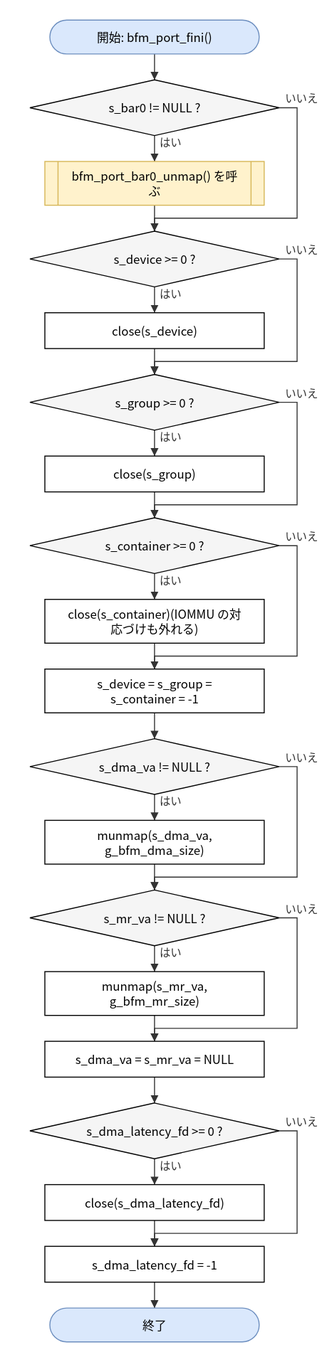
Earlier version of the draw.io export doc/spec/images/flow_port_linux_vfio_port_linux-bfm_port_fini.drawio.svg (hf355051012-ai/bfmem). Source tidied: cells renumbered, new cells last; positions are measured from the earlier drawing's top-left corner, leaving out a move shared by most shapes. Its diagram source:
```xml
<mxGraphModel>
  <root>
    <mxCell id="0" />
    <mxCell id="1" parent="0" />
    <mxCell id="2" value="開始: bfm_port_fini()" style="rounded=1;arcSize=50;whiteSpace=wrap;html=1;fillColor=#dae8fc;strokeColor=#6c8ebf;" parent="1" vertex="1">
      <mxGeometry x="20" width="210" height="34" as="geometry" />
    </mxCell>
    <mxCell id="3" value="s_bar0 != NULL ?" style="rhombus;whiteSpace=wrap;html=1;fillColor=#f5f5f5;" parent="1" vertex="1">
      <mxGeometry y="60" width="250" height="56" as="geometry" />
    </mxCell>
    <mxCell id="4" value="bfm_port_bar0_unmap() を呼&lt;br&gt;ぶ" style="shape=process;whiteSpace=wrap;html=1;backgroundOutline=1;size=0.06;fillColor=#fff2cc;strokeColor=#d6b656;" parent="1" vertex="1">
      <mxGeometry x="15" y="142" width="220" height="44" as="geometry" />
    </mxCell>
    <mxCell id="5" value="s_device &amp;gt;= 0 ?" style="rhombus;whiteSpace=wrap;html=1;fillColor=#f5f5f5;" parent="1" vertex="1">
      <mxGeometry y="212" width="250" height="56" as="geometry" />
    </mxCell>
    <mxCell id="6" value="close(s_device)" style="rounded=0;whiteSpace=wrap;html=1;" parent="1" vertex="1">
      <mxGeometry x="15" y="294" width="220" height="36" as="geometry" />
    </mxCell>
    <mxCell id="7" value="s_group &amp;gt;= 0 ?" style="rhombus;whiteSpace=wrap;html=1;fillColor=#f5f5f5;" parent="1" vertex="1">
      <mxGeometry y="356" width="250" height="56" as="geometry" />
    </mxCell>
    <mxCell id="8" value="close(s_group)" style="rounded=0;whiteSpace=wrap;html=1;" parent="1" vertex="1">
      <mxGeometry x="15" y="438" width="220" height="36" as="geometry" />
    </mxCell>
    <mxCell id="9" value="s_container &amp;gt;= 0 ?" style="rhombus;whiteSpace=wrap;html=1;fillColor=#f5f5f5;" parent="1" vertex="1">
      <mxGeometry y="500" width="250" height="56" as="geometry" />
    </mxCell>
    <mxCell id="10" value="close(s_container)(IOMMU の対&lt;br&gt;応づけも外れる)" style="rounded=0;whiteSpace=wrap;html=1;" parent="1" vertex="1">
      <mxGeometry x="15" y="582" width="220" height="44" as="geometry" />
    </mxCell>
    <mxCell id="11" value="s_device = s_group =&lt;br&gt;s_container = -1" style="rounded=0;whiteSpace=wrap;html=1;" parent="1" vertex="1">
      <mxGeometry x="15" y="652" width="220" height="44" as="geometry" />
    </mxCell>
    <mxCell id="12" value="s_dma_va != NULL ?" style="rhombus;whiteSpace=wrap;html=1;fillColor=#f5f5f5;" parent="1" vertex="1">
      <mxGeometry y="722" width="250" height="56" as="geometry" />
    </mxCell>
    <mxCell id="13" value="munmap(s_dma_va,&lt;br&gt;g_bfm_dma_size)" style="rounded=0;whiteSpace=wrap;html=1;" parent="1" vertex="1">
      <mxGeometry x="15" y="804" width="220" height="44" as="geometry" />
    </mxCell>
    <mxCell id="14" value="s_mr_va != NULL ?" style="rhombus;whiteSpace=wrap;html=1;fillColor=#f5f5f5;" parent="1" vertex="1">
      <mxGeometry y="874" width="250" height="56" as="geometry" />
    </mxCell>
    <mxCell id="15" value="munmap(s_mr_va,&lt;br&gt;g_bfm_mr_size)" style="rounded=0;whiteSpace=wrap;html=1;" parent="1" vertex="1">
      <mxGeometry x="15" y="956" width="220" height="44" as="geometry" />
    </mxCell>
    <mxCell id="16" value="s_dma_va = s_mr_va = NULL" style="rounded=0;whiteSpace=wrap;html=1;" parent="1" vertex="1">
      <mxGeometry x="15" y="1026" width="220" height="36" as="geometry" />
    </mxCell>
    <mxCell id="17" value="s_dma_latency_fd &amp;gt;= 0 ?" style="rhombus;whiteSpace=wrap;html=1;fillColor=#f5f5f5;" parent="1" vertex="1">
      <mxGeometry y="1088" width="250" height="56" as="geometry" />
    </mxCell>
    <mxCell id="18" value="close(s_dma_latency_fd)" style="rounded=0;whiteSpace=wrap;html=1;" parent="1" vertex="1">
      <mxGeometry x="15" y="1170" width="220" height="36" as="geometry" />
    </mxCell>
    <mxCell id="19" value="s_dma_latency_fd = -1" style="rounded=0;whiteSpace=wrap;html=1;" parent="1" vertex="1">
      <mxGeometry x="15" y="1232" width="220" height="36" as="geometry" />
    </mxCell>
    <mxCell id="20" value="終了" style="rounded=1;arcSize=50;whiteSpace=wrap;html=1;fillColor=#dae8fc;strokeColor=#6c8ebf;" parent="1" vertex="1">
      <mxGeometry x="20" y="1294" width="210" height="34" as="geometry" />
    </mxCell>
    <mxCell id="21" style="edgeStyle=none;html=1;rounded=0;endArrow=block;endFill=1;exitX=0.5000;exitY=1.0000;exitDx=0;exitDy=0;exitPerimeter=0;entryX=0.5000;entryY=0.0000;entryDx=0;entryDy=0;entryPerimeter=0;" parent="1" edge="1" source="2" target="3">
      <mxGeometry relative="1" as="geometry" />
    </mxCell>
    <mxCell id="22" value="はい" style="edgeStyle=none;html=1;rounded=0;endArrow=block;endFill=1;exitX=0.5000;exitY=1.0000;exitDx=0;exitDy=0;exitPerimeter=0;entryX=0.5000;entryY=0.0000;entryDx=0;entryDy=0;entryPerimeter=0;" parent="1" edge="1" source="3" target="4">
      <mxGeometry relative="1" as="geometry" />
    </mxCell>
    <mxCell id="23" style="edgeStyle=none;html=1;rounded=0;endArrow=block;endFill=1;exitX=0.5000;exitY=1.0000;exitDx=0;exitDy=0;exitPerimeter=0;entryX=0.5000;entryY=0.0000;entryDx=0;entryDy=0;entryPerimeter=0;" parent="1" edge="1" source="4" target="5">
      <mxGeometry relative="1" as="geometry" />
    </mxCell>
    <mxCell id="24" value="いいえ" style="edgeStyle=none;html=1;rounded=0;endArrow=block;endFill=1;exitX=1.0000;exitY=0.5000;exitDx=0;exitDy=0;exitPerimeter=0;entryX=0.5000;entryY=0.0000;entryDx=0;entryDy=0;entryPerimeter=0;" parent="1" edge="1" source="3" target="5">
      <mxGeometry relative="1" as="geometry">
        <Array as="points">
          <mxPoint x="268" y="88" />
          <mxPoint x="268" y="199" />
          <mxPoint x="125" y="199" />
        </Array>
      </mxGeometry>
    </mxCell>
    <mxCell id="25" value="はい" style="edgeStyle=none;html=1;rounded=0;endArrow=block;endFill=1;exitX=0.5000;exitY=1.0000;exitDx=0;exitDy=0;exitPerimeter=0;entryX=0.5000;entryY=0.0000;entryDx=0;entryDy=0;entryPerimeter=0;" parent="1" edge="1" source="5" target="6">
      <mxGeometry relative="1" as="geometry" />
    </mxCell>
    <mxCell id="26" style="edgeStyle=none;html=1;rounded=0;endArrow=block;endFill=1;exitX=0.5000;exitY=1.0000;exitDx=0;exitDy=0;exitPerimeter=0;entryX=0.5000;entryY=0.0000;entryDx=0;entryDy=0;entryPerimeter=0;" parent="1" edge="1" source="6" target="7">
      <mxGeometry relative="1" as="geometry" />
    </mxCell>
    <mxCell id="27" value="いいえ" style="edgeStyle=none;html=1;rounded=0;endArrow=block;endFill=1;exitX=1.0000;exitY=0.5000;exitDx=0;exitDy=0;exitPerimeter=0;entryX=0.5000;entryY=0.0000;entryDx=0;entryDy=0;entryPerimeter=0;" parent="1" edge="1" source="5" target="7">
      <mxGeometry relative="1" as="geometry">
        <Array as="points">
          <mxPoint x="268" y="240" />
          <mxPoint x="268" y="343" />
          <mxPoint x="125" y="343" />
        </Array>
      </mxGeometry>
    </mxCell>
    <mxCell id="28" value="はい" style="edgeStyle=none;html=1;rounded=0;endArrow=block;endFill=1;exitX=0.5000;exitY=1.0000;exitDx=0;exitDy=0;exitPerimeter=0;entryX=0.5000;entryY=0.0000;entryDx=0;entryDy=0;entryPerimeter=0;" parent="1" edge="1" source="7" target="8">
      <mxGeometry relative="1" as="geometry" />
    </mxCell>
    <mxCell id="29" style="edgeStyle=none;html=1;rounded=0;endArrow=block;endFill=1;exitX=0.5000;exitY=1.0000;exitDx=0;exitDy=0;exitPerimeter=0;entryX=0.5000;entryY=0.0000;entryDx=0;entryDy=0;entryPerimeter=0;" parent="1" edge="1" source="8" target="9">
      <mxGeometry relative="1" as="geometry" />
    </mxCell>
    <mxCell id="30" value="いいえ" style="edgeStyle=none;html=1;rounded=0;endArrow=block;endFill=1;exitX=1.0000;exitY=0.5000;exitDx=0;exitDy=0;exitPerimeter=0;entryX=0.5000;entryY=0.0000;entryDx=0;entryDy=0;entryPerimeter=0;" parent="1" edge="1" source="7" target="9">
      <mxGeometry relative="1" as="geometry">
        <Array as="points">
          <mxPoint x="268" y="384" />
          <mxPoint x="268" y="487" />
          <mxPoint x="125" y="487" />
        </Array>
      </mxGeometry>
    </mxCell>
    <mxCell id="31" value="はい" style="edgeStyle=none;html=1;rounded=0;endArrow=block;endFill=1;exitX=0.5000;exitY=1.0000;exitDx=0;exitDy=0;exitPerimeter=0;entryX=0.5000;entryY=0.0000;entryDx=0;entryDy=0;entryPerimeter=0;" parent="1" edge="1" source="9" target="10">
      <mxGeometry relative="1" as="geometry" />
    </mxCell>
    <mxCell id="32" style="edgeStyle=none;html=1;rounded=0;endArrow=block;endFill=1;exitX=0.5000;exitY=1.0000;exitDx=0;exitDy=0;exitPerimeter=0;entryX=0.5000;entryY=0.0000;entryDx=0;entryDy=0;entryPerimeter=0;" parent="1" edge="1" source="10" target="11">
      <mxGeometry relative="1" as="geometry" />
    </mxCell>
    <mxCell id="33" value="いいえ" style="edgeStyle=none;html=1;rounded=0;endArrow=block;endFill=1;exitX=1.0000;exitY=0.5000;exitDx=0;exitDy=0;exitPerimeter=0;entryX=0.5000;entryY=0.0000;entryDx=0;entryDy=0;entryPerimeter=0;" parent="1" edge="1" source="9" target="11">
      <mxGeometry relative="1" as="geometry">
        <Array as="points">
          <mxPoint x="268" y="528" />
          <mxPoint x="268" y="639" />
          <mxPoint x="125" y="639" />
        </Array>
      </mxGeometry>
    </mxCell>
    <mxCell id="34" style="edgeStyle=none;html=1;rounded=0;endArrow=block;endFill=1;exitX=0.5000;exitY=1.0000;exitDx=0;exitDy=0;exitPerimeter=0;entryX=0.5000;entryY=0.0000;entryDx=0;entryDy=0;entryPerimeter=0;" parent="1" edge="1" source="11" target="12">
      <mxGeometry relative="1" as="geometry" />
    </mxCell>
    <mxCell id="35" value="はい" style="edgeStyle=none;html=1;rounded=0;endArrow=block;endFill=1;exitX=0.5000;exitY=1.0000;exitDx=0;exitDy=0;exitPerimeter=0;entryX=0.5000;entryY=0.0000;entryDx=0;entryDy=0;entryPerimeter=0;" parent="1" edge="1" source="12" target="13">
      <mxGeometry relative="1" as="geometry" />
    </mxCell>
    <mxCell id="36" style="edgeStyle=none;html=1;rounded=0;endArrow=block;endFill=1;exitX=0.5000;exitY=1.0000;exitDx=0;exitDy=0;exitPerimeter=0;entryX=0.5000;entryY=0.0000;entryDx=0;entryDy=0;entryPerimeter=0;" parent="1" edge="1" source="13" target="14">
      <mxGeometry relative="1" as="geometry" />
    </mxCell>
    <mxCell id="37" value="いいえ" style="edgeStyle=none;html=1;rounded=0;endArrow=block;endFill=1;exitX=1.0000;exitY=0.5000;exitDx=0;exitDy=0;exitPerimeter=0;entryX=0.5000;entryY=0.0000;entryDx=0;entryDy=0;entryPerimeter=0;" parent="1" edge="1" source="12" target="14">
      <mxGeometry relative="1" as="geometry">
        <Array as="points">
          <mxPoint x="268" y="750" />
          <mxPoint x="268" y="861" />
          <mxPoint x="125" y="861" />
        </Array>
      </mxGeometry>
    </mxCell>
    <mxCell id="38" value="はい" style="edgeStyle=none;html=1;rounded=0;endArrow=block;endFill=1;exitX=0.5000;exitY=1.0000;exitDx=0;exitDy=0;exitPerimeter=0;entryX=0.5000;entryY=0.0000;entryDx=0;entryDy=0;entryPerimeter=0;" parent="1" edge="1" source="14" target="15">
      <mxGeometry relative="1" as="geometry" />
    </mxCell>
    <mxCell id="39" style="edgeStyle=none;html=1;rounded=0;endArrow=block;endFill=1;exitX=0.5000;exitY=1.0000;exitDx=0;exitDy=0;exitPerimeter=0;entryX=0.5000;entryY=0.0000;entryDx=0;entryDy=0;entryPerimeter=0;" parent="1" edge="1" source="15" target="16">
      <mxGeometry relative="1" as="geometry" />
    </mxCell>
    <mxCell id="40" value="いいえ" style="edgeStyle=none;html=1;rounded=0;endArrow=block;endFill=1;exitX=1.0000;exitY=0.5000;exitDx=0;exitDy=0;exitPerimeter=0;entryX=0.5000;entryY=0.0000;entryDx=0;entryDy=0;entryPerimeter=0;" parent="1" edge="1" source="14" target="16">
      <mxGeometry relative="1" as="geometry">
        <Array as="points">
          <mxPoint x="268" y="902" />
          <mxPoint x="268" y="1013" />
          <mxPoint x="125" y="1013" />
        </Array>
      </mxGeometry>
    </mxCell>
    <mxCell id="41" style="edgeStyle=none;html=1;rounded=0;endArrow=block;endFill=1;exitX=0.5000;exitY=1.0000;exitDx=0;exitDy=0;exitPerimeter=0;entryX=0.5000;entryY=0.0000;entryDx=0;entryDy=0;entryPerimeter=0;" parent="1" edge="1" source="16" target="17">
      <mxGeometry relative="1" as="geometry" />
    </mxCell>
    <mxCell id="42" value="はい" style="edgeStyle=none;html=1;rounded=0;endArrow=block;endFill=1;exitX=0.5000;exitY=1.0000;exitDx=0;exitDy=0;exitPerimeter=0;entryX=0.5000;entryY=0.0000;entryDx=0;entryDy=0;entryPerimeter=0;" parent="1" edge="1" source="17" target="18">
      <mxGeometry relative="1" as="geometry" />
    </mxCell>
    <mxCell id="43" style="edgeStyle=none;html=1;rounded=0;endArrow=block;endFill=1;exitX=0.5000;exitY=1.0000;exitDx=0;exitDy=0;exitPerimeter=0;entryX=0.5000;entryY=0.0000;entryDx=0;entryDy=0;entryPerimeter=0;" parent="1" edge="1" source="18" target="19">
      <mxGeometry relative="1" as="geometry" />
    </mxCell>
    <mxCell id="44" value="いいえ" style="edgeStyle=none;html=1;rounded=0;endArrow=block;endFill=1;exitX=1.0000;exitY=0.5000;exitDx=0;exitDy=0;exitPerimeter=0;entryX=0.5000;entryY=0.0000;entryDx=0;entryDy=0;entryPerimeter=0;" parent="1" edge="1" source="17" target="19">
      <mxGeometry relative="1" as="geometry">
        <Array as="points">
          <mxPoint x="268" y="1116" />
          <mxPoint x="268" y="1219" />
          <mxPoint x="125" y="1219" />
        </Array>
      </mxGeometry>
    </mxCell>
    <mxCell id="45" style="edgeStyle=none;html=1;rounded=0;endArrow=block;endFill=1;exitX=0.5000;exitY=1.0000;exitDx=0;exitDy=0;exitPerimeter=0;entryX=0.5000;entryY=0.0000;entryDx=0;entryDy=0;entryPerimeter=0;" parent="1" edge="1" source="19" target="20">
      <mxGeometry relative="1" as="geometry" />
    </mxCell>
  </root>
</mxGraphModel>
```
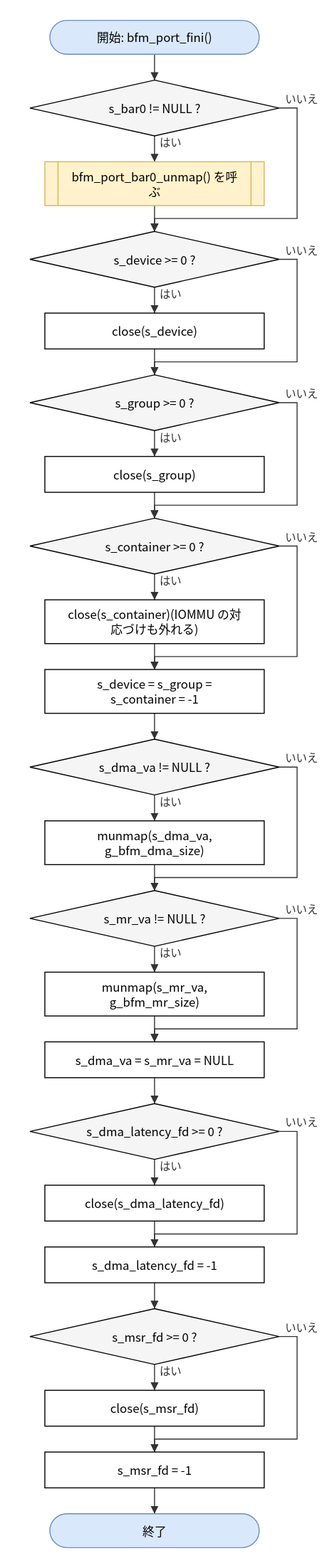
The same file after the commit.

What changed in the source:
```diff
@@ -56,9 +56,18 @@
     <mxCell id="19" value="s_dma_latency_fd = -1" style="rounded=0;whiteSpace=wrap;html=1;" parent="1" vertex="1">
       <mxGeometry x="15" y="1232" width="220" height="36" as="geometry" />
     </mxCell>
-    <mxCell id="20" value="終了" style="rounded=1;arcSize=50;whiteSpace=wrap;html=1;fillColor=#dae8fc;strokeColor=#6c8ebf;" parent="1" vertex="1">
-      <mxGeometry x="20" y="1294" width="210" height="34" as="geometry" />
+    <mxCell id="20" value="s_msr_fd &amp;gt;= 0 ?" style="rhombus;whiteSpace=wrap;html=1;fillColor=#f5f5f5;" parent="1" vertex="1">
+      <mxGeometry y="1294" width="250" height="56" as="geometry" />
     </mxCell>
+    <mxCell id="46" value="close(s_msr_fd)" style="rounded=0;whiteSpace=wrap;html=1;" parent="1" vertex="1">
+      <mxGeometry x="15" y="1376" width="220" height="36" as="geometry" />
+    </mxCell>
+    <mxCell id="47" value="s_msr_fd = -1" style="rounded=0;whiteSpace=wrap;html=1;" parent="1" vertex="1">
+      <mxGeometry x="15" y="1438" width="220" height="36" as="geometry" />
+    </mxCell>
+    <mxCell id="48" value="終了" style="rounded=1;arcSize=50;whiteSpace=wrap;html=1;fillColor=#dae8fc;strokeColor=#6c8ebf;" parent="1" vertex="1">
+      <mxGeometry x="20" y="1500" width="210" height="34" as="geometry" />
+    </mxCell>
     <mxCell id="21" style="edgeStyle=none;html=1;rounded=0;endArrow=block;endFill=1;exitX=0.5000;exitY=1.0000;exitDx=0;exitDy=0;exitPerimeter=0;entryX=0.5000;entryY=0.0000;entryDx=0;entryDy=0;entryPerimeter=0;" parent="1" edge="1" source="2" target="3">
       <mxGeometry relative="1" as="geometry" />
     </mxCell>
@@ -176,5 +185,23 @@
     <mxCell id="45" style="edgeStyle=none;html=1;rounded=0;endArrow=block;endFill=1;exitX=0.5000;exitY=1.0000;exitDx=0;exitDy=0;exitPerimeter=0;entryX=0.5000;entryY=0.0000;entryDx=0;entryDy=0;entryPerimeter=0;" parent="1" edge="1" source="19" target="20">
       <mxGeometry relative="1" as="geometry" />
     </mxCell>
+    <mxCell id="49" value="はい" style="edgeStyle=none;html=1;rounded=0;endArrow=block;endFill=1;exitX=0.5000;exitY=1.0000;exitDx=0;exitDy=0;exitPerimeter=0;entryX=0.5000;entryY=0.0000;entryDx=0;entryDy=0;entryPerimeter=0;" parent="1" edge="1" source="20" target="46">
+      <mxGeometry relative="1" as="geometry" />
+    </mxCell>
+    <mxCell id="50" style="edgeStyle=none;html=1;rounded=0;endArrow=block;endFill=1;exitX=0.5000;exitY=1.0000;exitDx=0;exitDy=0;exitPerimeter=0;entryX=0.5000;entryY=0.0000;entryDx=0;entryDy=0;entryPerimeter=0;" parent="1" edge="1" source="46" target="47">
+      <mxGeometry relative="1" as="geometry" />
+    </mxCell>
+    <mxCell id="51" value="いいえ" style="edgeStyle=none;html=1;rounded=0;endArrow=block;endFill=1;exitX=1.0000;exitY=0.5000;exitDx=0;exitDy=0;exitPerimeter=0;entryX=0.5000;entryY=0.0000;entryDx=0;entryDy=0;entryPerimeter=0;" parent="1" edge="1" source="20" target="47">
+      <mxGeometry relative="1" as="geometry">
+        <Array as="points">
+          <mxPoint x="268" y="1322" />
+          <mxPoint x="268" y="1425" />
+          <mxPoint x="125" y="1425" />
+        </Array>
+      </mxGeometry>
+    </mxCell>
+    <mxCell id="52" style="edgeStyle=none;html=1;rounded=0;endArrow=block;endFill=1;exitX=0.5000;exitY=1.0000;exitDx=0;exitDy=0;exitPerimeter=0;entryX=0.5000;entryY=0.0000;entryDx=0;entryDy=0;entryPerimeter=0;" parent="1" edge="1" source="47" target="48">
+      <mxGeometry relative="1" as="geometry" />
+    </mxCell>
   </root>
 </mxGraphModel>
```
